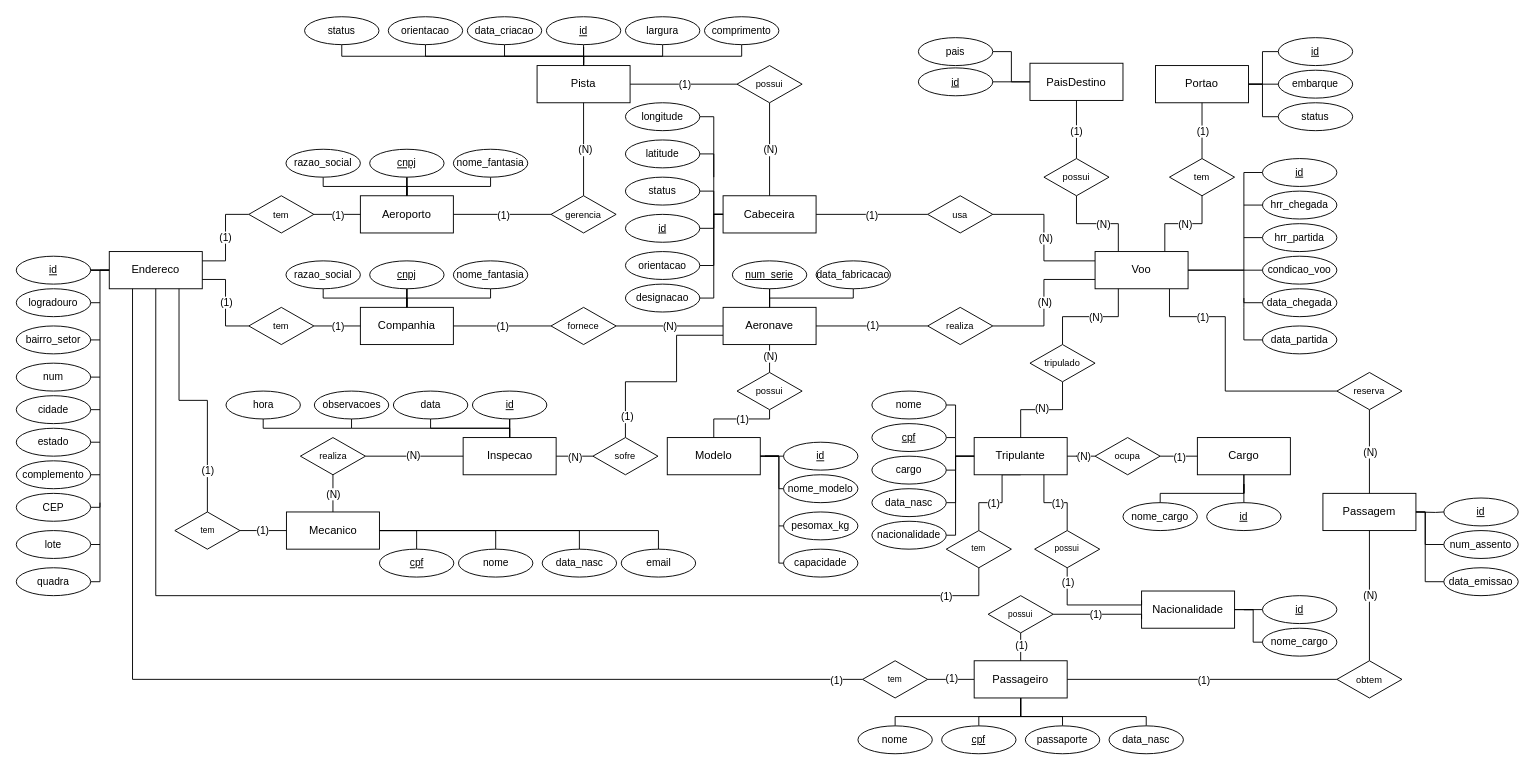
CaioJoseGP/PROJETO_BDA keeps this draw.io diagram as DER/BDA_DER.drawio. Above is the earlier version. Source tidied: cells renumbered, new cells numbered last; positions are measured from the earlier drawing's top-left corner, leaving out a move shared by most shapes. Both pictures are drawn from the tidied source at 93%, with x=0, y=0 at pixel (16, 17).
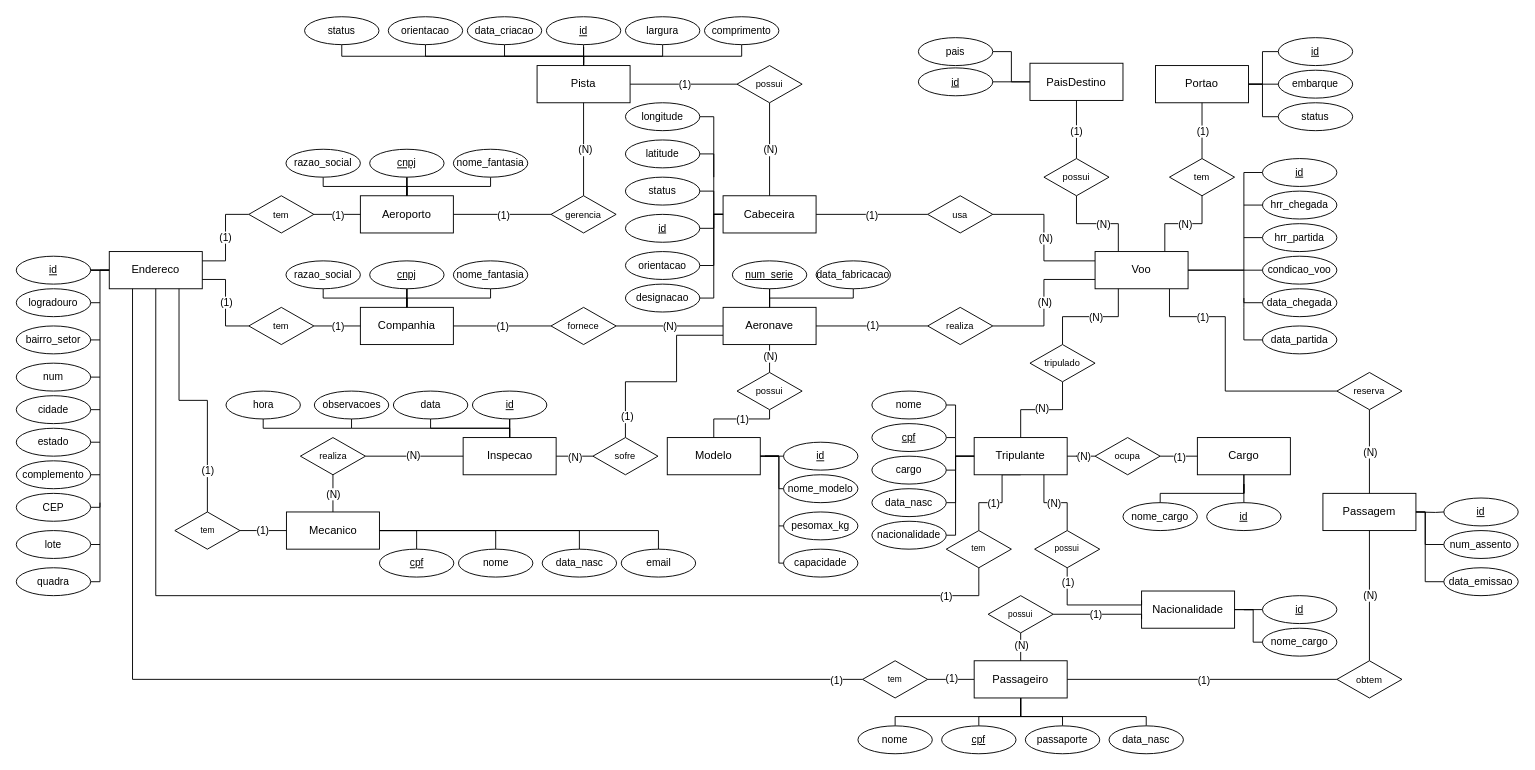
After the change.

The change refers to these unchanged cells:
```xml
<mxCell id="238" style="edgeStyle=orthogonalEdgeStyle;shape=connector;rounded=0;jettySize=auto;html=1;exitX=0.5;exitY=1;exitDx=0;exitDy=0;entryX=0.5;entryY=0;entryDx=0;entryDy=0;strokeColor=default;align=center;verticalAlign=middle;fontFamily=Helvetica;fontSize=11;fontColor=default;labelBackgroundColor=default;endArrow=none;endFill=0;" parent="1" edge="1" source="242" target="26">
  <mxGeometry relative="1" as="geometry" />
</mxCell>
<mxCell id="243" style="edgeStyle=orthogonalEdgeStyle;shape=connector;rounded=0;jettySize=auto;html=1;exitX=0.5;exitY=0;exitDx=0;exitDy=0;entryX=0.75;entryY=1;entryDx=0;entryDy=0;strokeColor=default;align=center;verticalAlign=middle;fontFamily=Helvetica;fontSize=11;fontColor=default;labelBackgroundColor=default;endArrow=none;endFill=0;" parent="1" edge="1" source="247" target="49">
  <mxGeometry relative="1" as="geometry" />
</mxCell>
```

The edit, as a diff of the source:
```diff
@@
-    <mxCell id="239" value="(1)" style="edgeLabel;html=1;align=center;verticalAlign=middle;fontFamily=Helvetica;fontSize=11;fontColor=default;labelBackgroundColor=default;" parent="238" vertex="1">
+    <mxCell id="239" value="(N)" style="edgeLabel;html=1;align=center;verticalAlign=middle;fontFamily=Helvetica;fontSize=11;fontColor=default;labelBackgroundColor=default;" parent="238" vertex="1">
       <mxGeometry x="-0.15" relative="1" as="geometry" />
     </mxCell>
@@
-    <mxCell id="244" value="(1)" style="edgeLabel;html=1;align=center;verticalAlign=middle;fontFamily=Helvetica;fontSize=11;fontColor=default;labelBackgroundColor=default;" parent="243" vertex="1">
+    <mxCell id="244" value="(N)" style="edgeLabel;html=1;align=center;verticalAlign=middle;fontFamily=Helvetica;fontSize=11;fontColor=default;labelBackgroundColor=default;" parent="243" vertex="1">
       <mxGeometry x="-0.03" y="-2" relative="1" as="geometry">
-        <mxPoint y="2" as="offset" />
+        <mxPoint x="-4" y="2" as="offset" />
       </mxGeometry>
     </mxCell>
```
